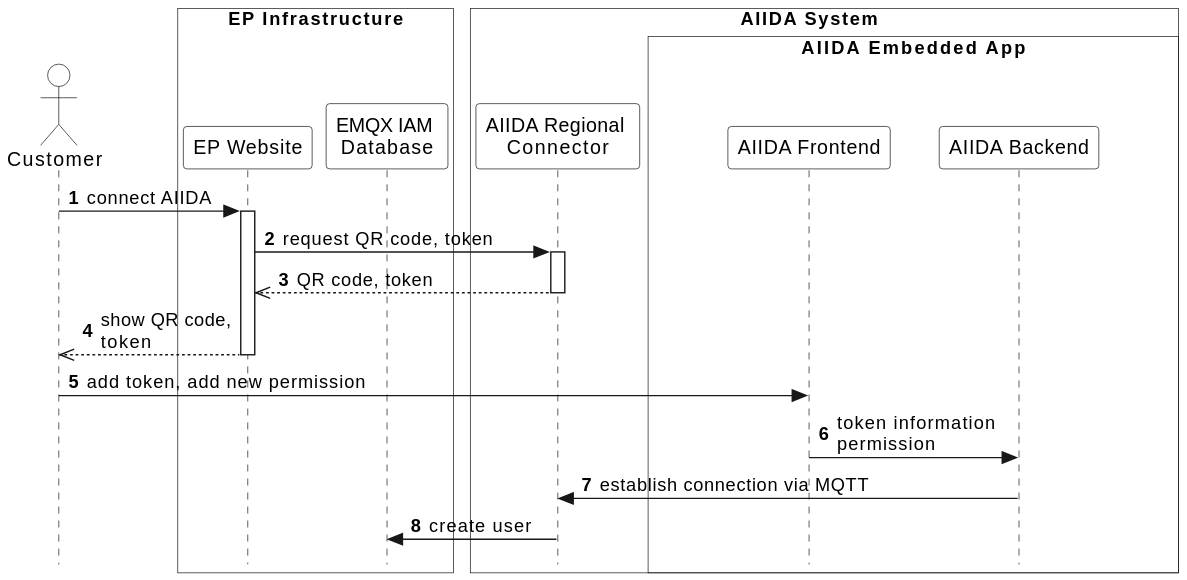
Above: arc42/aiida/runtime-view/figures/aiida_new_connection_token.svg in eddie-energy/architecture (PlantUML), before the change.
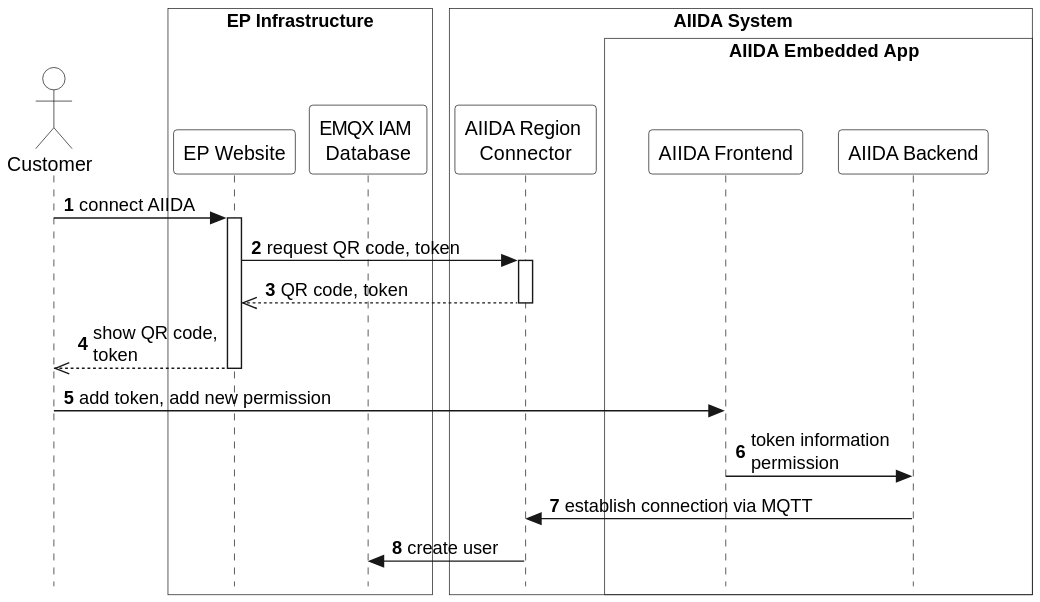
The same diagram one commit later.

Change to the diagram source:
```diff
@@ -15,7 +15,7 @@
 participant "EMQX IAM \nDatabase" as database
 end box
 box "\tAIIDA System\t\t"  #transparent
-participant "AIIDA Regional \nConnector" as connector
+participant "AIIDA Region \nConnector" as connector
 box "\t\tAIIDA Embedded App\t\t"  #transparent
 participant "AIIDA Frontend" as frontend
 participant "AIIDA Backend" as backend
```
